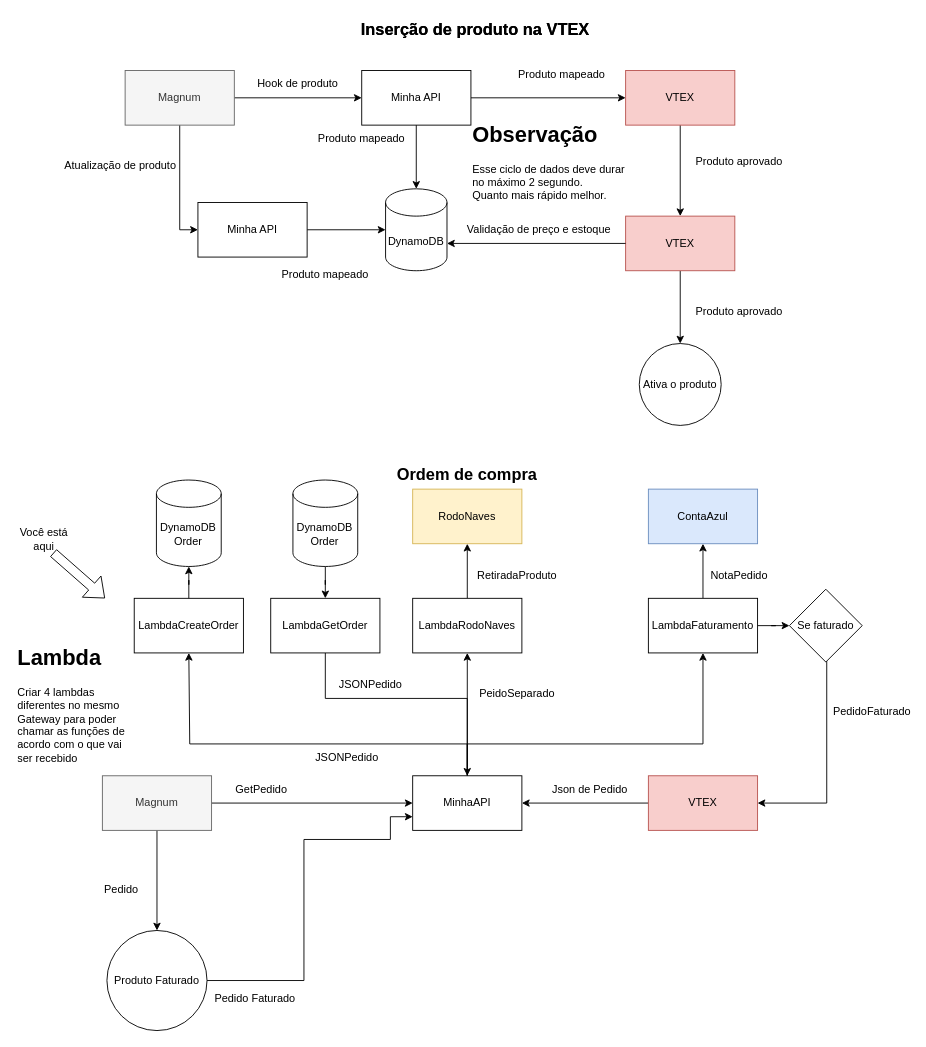
Before: fluxo-tech-magnum.drawio in GustavoOliveira11/flowcharts, a draw.io diagram. Source tidied: cells renumbered, new cells numbered last; positions are measured from the earlier drawing's top-left corner, leaving out a move shared by most shapes. Both pictures are drawn from the tidied source at 91%, with x=0, y=0 at pixel (15, 15).
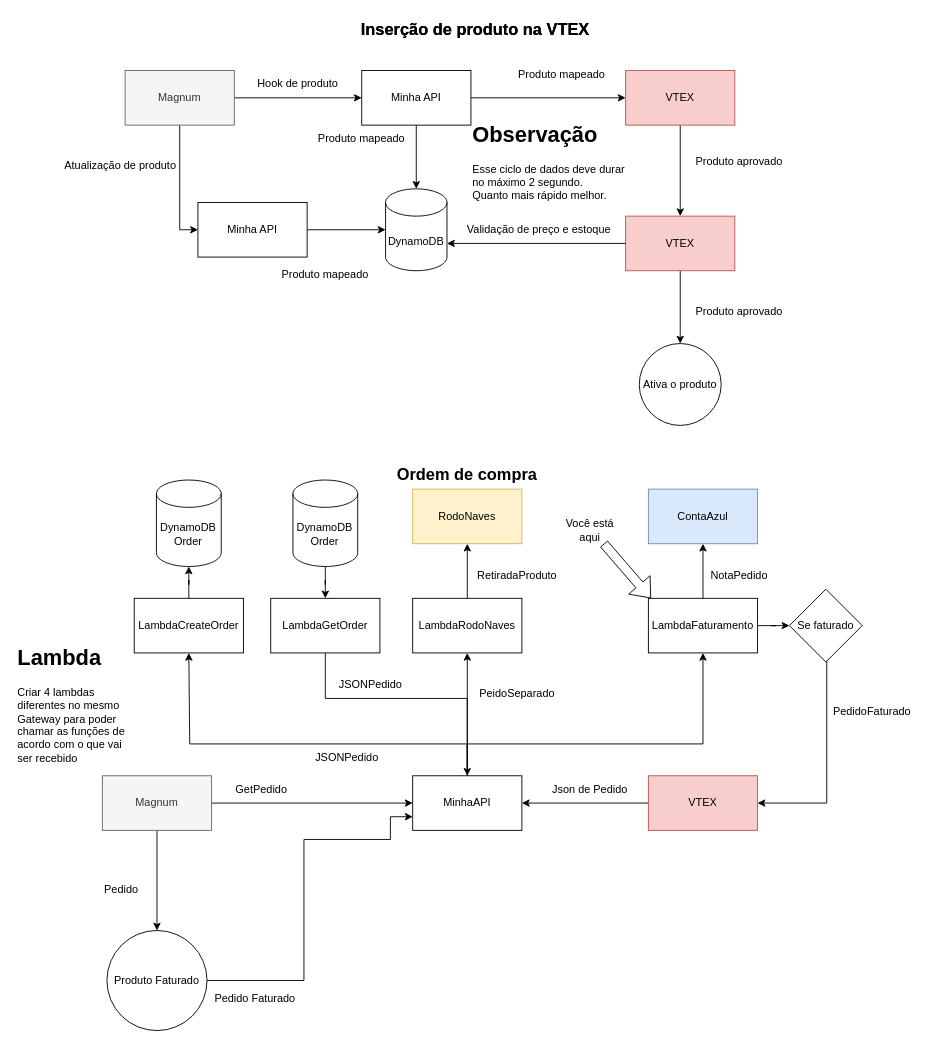
After the change.

Diff of the diagram source:
```diff
@@
-    <mxCell id="62" style="shape=flexArrow;endArrow=classic;html=1;rounded=0;" parent="1" edge="1">
+    <mxCell id="62" style="shape=flexArrow;endArrow=classic;html=1;rounded=0;exitX=0.75;exitY=1;exitDx=0;exitDy=0;" parent="1" edge="1" source="63">
       <mxGeometry relative="1" as="geometry">
-        <mxPoint x="41" y="590" as="sourcePoint" />
-        <mxPoint x="97.9" y="640" as="targetPoint" />
+        <mxPoint x="697.9" y="640" as="targetPoint" />
       </mxGeometry>
     </mxCell>
     <mxCell id="63" value="Você está aqui" style="text;html=1;align=center;verticalAlign=middle;whiteSpace=wrap;rounded=0;" parent="1" vertex="1">
-      <mxGeometry x="1" y="560" width="60" height="30" as="geometry" />
+      <mxGeometry x="601" y="550" width="60" height="30" as="geometry" />
     </mxCell>
```
